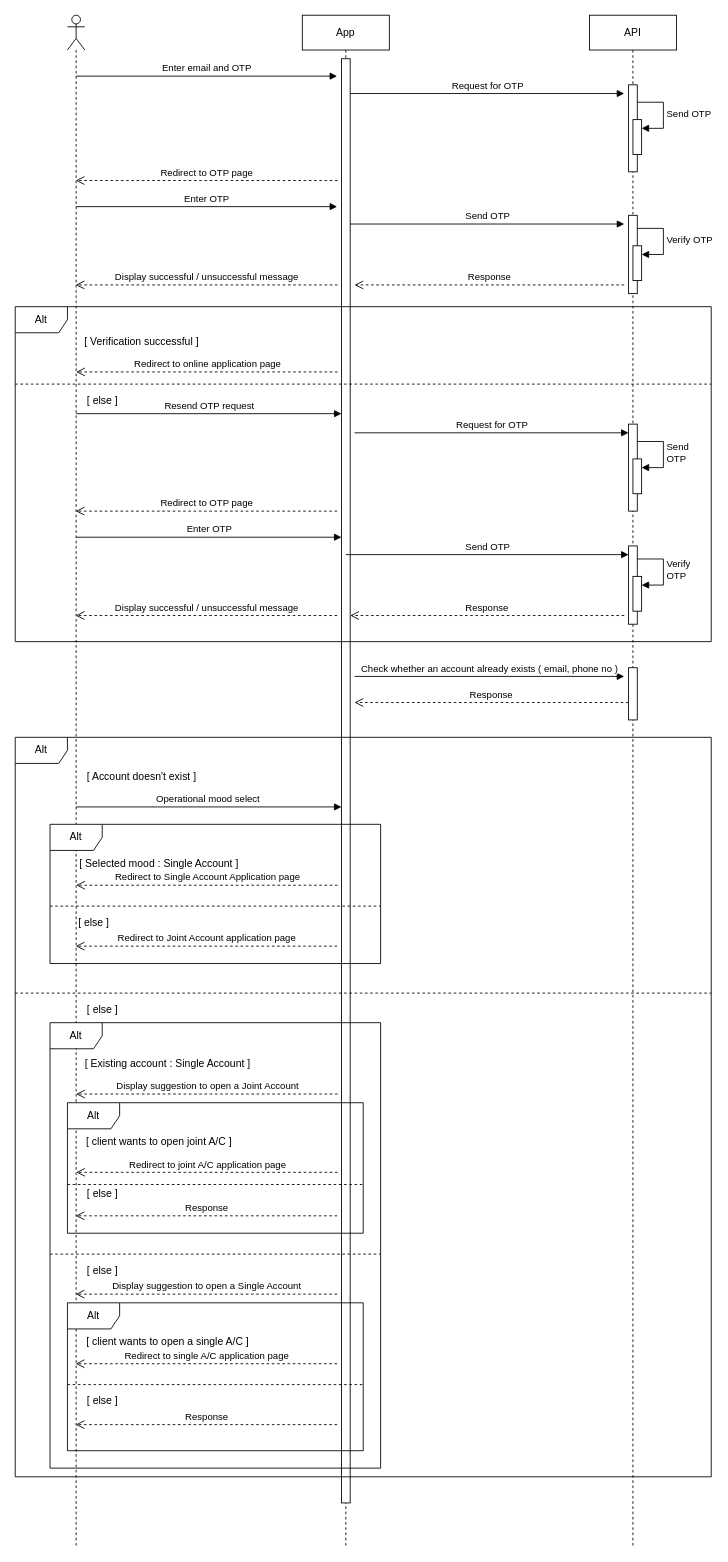
Above: page "Page-1" (1 of 3) of src/assets/onboarding_first_demo.drawio in Eritra064/test_repo (draw.io), before the change. Source tidied: cells renumbered, new cells numbered last; positions are measured from the earlier drawing's top-left corner, leaving out a move shared by most shapes. Both pictures are drawn from the tidied source at 87%, with x=0, y=0 at pixel (15, 15).
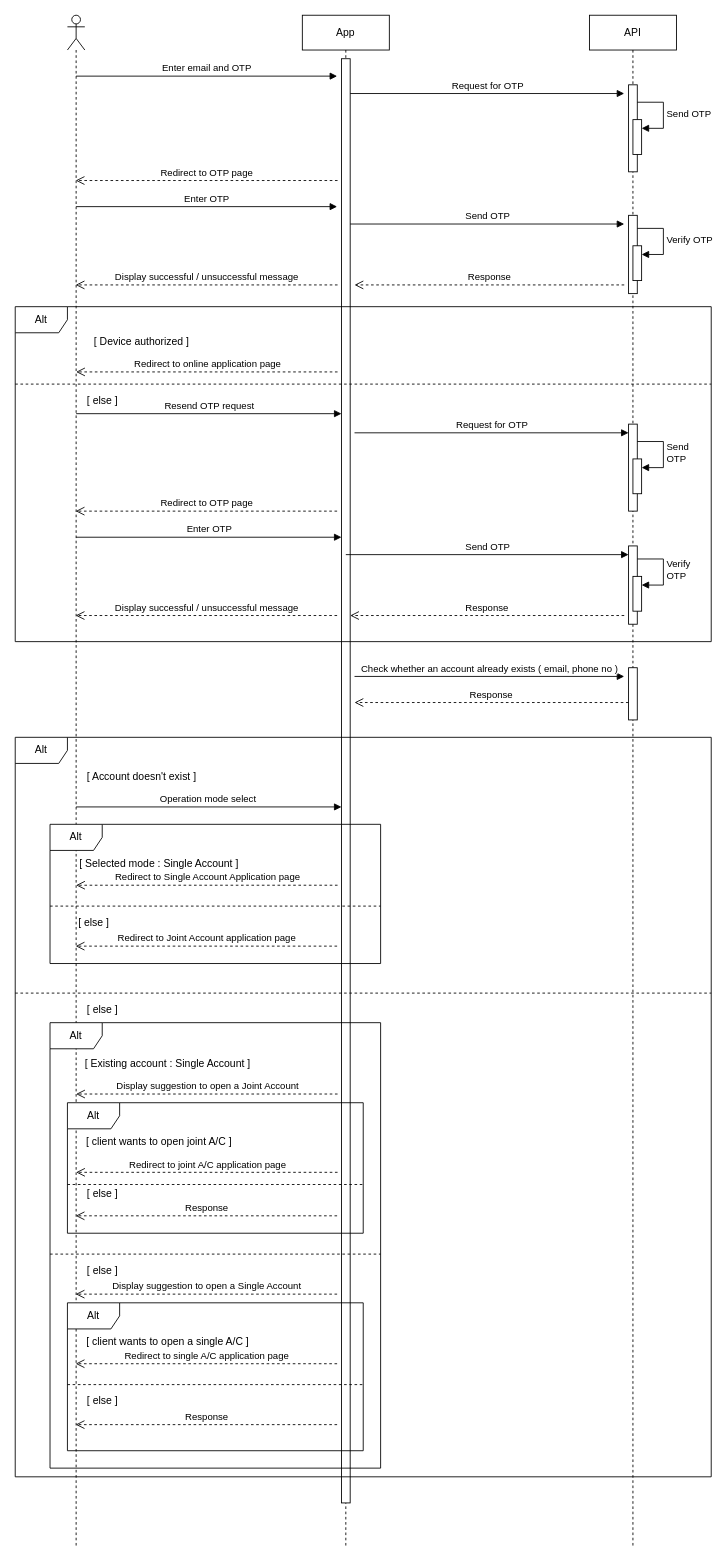
The same diagram, later.

The change refers to these unchanged cells:
```xml
<mxCell id="4" style="html=1;points=[[0,0,0,0,5],[0,1,0,0,-5],[1,0,0,0,5],[1,1,0,0,-5]];perimeter=orthogonalPerimeter;outlineConnect=0;targetShapes=umlLifeline;portConstraint=eastwest;newEdgeStyle={&quot;curved&quot;:0,&quot;rounded&quot;:0};" parent="3" vertex="1">
  <mxGeometry x="45" y="50" width="10" height="1660" as="geometry" />
</mxCell>
```

The edit, as a diff of the source:
```diff
@@
-    <mxCell id="21" value="[ Verification successful ]" style="text;html=1;align=center;verticalAlign=middle;strokeColor=none;fillColor=none;" parent="1" vertex="1">
-      <mxGeometry x="70" y="360" width="150" height="30" as="geometry" />
+    <mxCell id="21" value="[ Device authorized ]" style="text;html=1;align=center;verticalAlign=middle;strokeColor=none;fillColor=none;" parent="1" vertex="1">
+      <mxGeometry x="80" y="360" width="130" height="30" as="geometry" />
     </mxCell>
@@
-    <mxCell id="42" value="Operational mood select&amp;nbsp;" style="html=1;verticalAlign=bottom;endArrow=block;curved=0;rounded=0;" parent="1" edge="1" target="4">
+    <mxCell id="42" value="Operation mode select&amp;nbsp;" style="html=1;verticalAlign=bottom;endArrow=block;curved=0;rounded=0;" parent="1" edge="1" target="4">
       <mxGeometry relative="1" as="geometry">
         <mxPoint x="70" y="910" as="sourcePoint" />
       </mxGeometry>
     </mxCell>
@@
-    <mxCell id="44" value="[ Selected mood : Single Account ]" style="text;html=1;align=center;verticalAlign=middle;strokeColor=none;fillColor=none;" parent="1" vertex="1">
+    <mxCell id="44" value="[ Selected mode : Single Account ]" style="text;html=1;align=center;verticalAlign=middle;strokeColor=none;fillColor=none;" parent="1" vertex="1">
       <mxGeometry x="60" y="960" width="210" height="30" as="geometry" />
     </mxCell>
```
